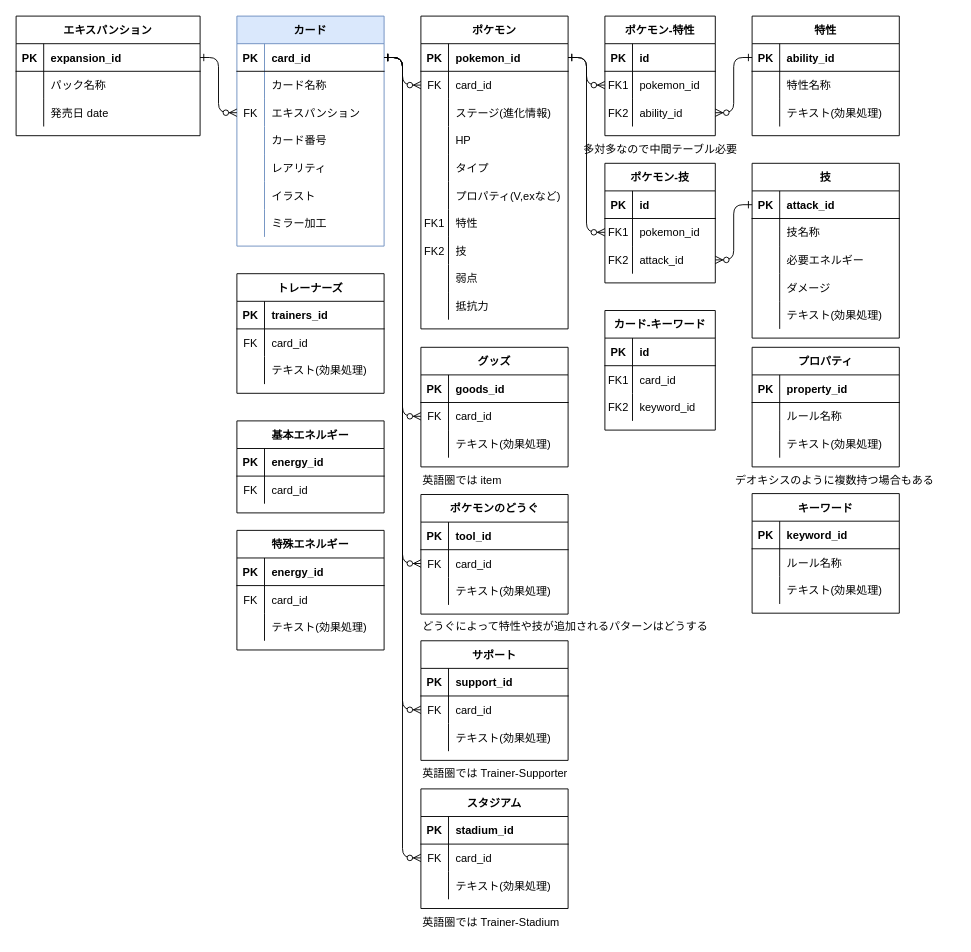
tinatamago/ptcg keeps this draw.io diagram as page "ER図ver2" (4 of 8) of データベース草案.drawio. Above is the earlier version. Source tidied: cells renumbered, new cells numbered last; positions are measured from the earlier drawing's top-left corner, leaving out a move shared by most shapes. Both pictures are drawn from the tidied source at 92%, with x=0, y=0 at pixel (16, 16).
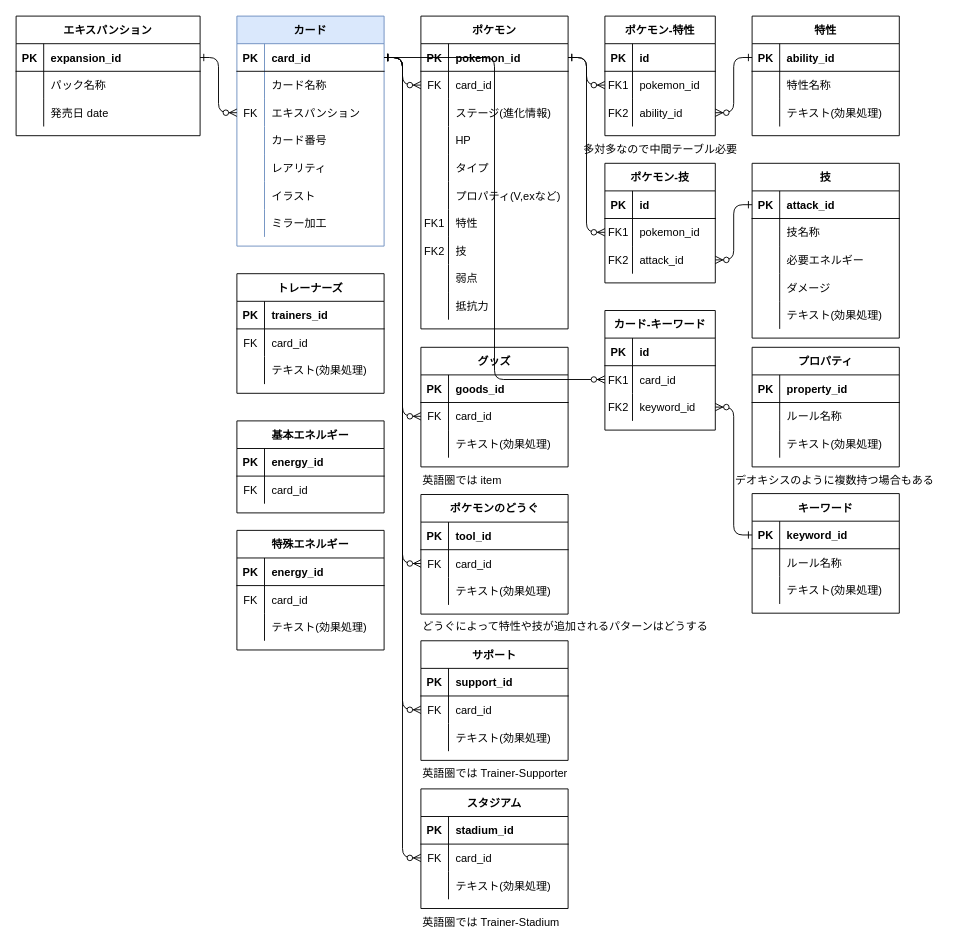
The same diagram, later.

The change refers to these unchanged cells:
```xml
<mxCell id="30" style="shape=partialRectangle;fillColor=none;points=[[0,0.5],[1,0.5]];portConstraint=eastwest;top=0;left=0;right=0;bottom=1;" parent="29" vertex="1">
  <mxGeometry y="30" width="160" height="30" as="geometry" />
</mxCell>
<mxCell id="194" style="shape=partialRectangle;fillColor=none;points=[[0,0.5],[1,0.5]];portConstraint=eastwest;top=0;left=0;right=0;bottom=1;" parent="193" vertex="1">
  <mxGeometry y="30" width="160" height="30" as="geometry" />
</mxCell>
<mxCell id="207" style="shape=partialRectangle;fillColor=none;points=[[0,0.5],[1,0.5]];portConstraint=eastwest;top=0;left=0;right=0;bottom=0;" parent="203" vertex="1">
  <mxGeometry y="60" width="120" height="30" as="geometry" />
</mxCell>
<mxCell id="210" style="shape=partialRectangle;fillColor=none;points=[[0,0.5],[1,0.5]];portConstraint=eastwest;top=0;left=0;right=0;bottom=0;" parent="203" vertex="1">
  <mxGeometry y="90" width="120" height="30" as="geometry" />
</mxCell>
```

The edit, as a diff of the source:
```diff
@@
+    <mxCell id="224" style="edgeStyle=orthogonalEdgeStyle;endArrow=ERzeroToMany;startArrow=ERone;endFill=1;startFill=0;rounded=1;" parent="1" edge="1" source="194" target="210">
+      <mxGeometry relative="1" as="geometry" />
+    </mxCell>
+    <mxCell id="225" style="edgeStyle=orthogonalEdgeStyle;endArrow=ERzeroToMany;startArrow=ERone;endFill=1;startFill=0;rounded=1;strokeColor=default;" parent="1" edge="1" source="30" target="207">
+      <mxGeometry relative="1" as="geometry" />
+    </mxCell>
```
